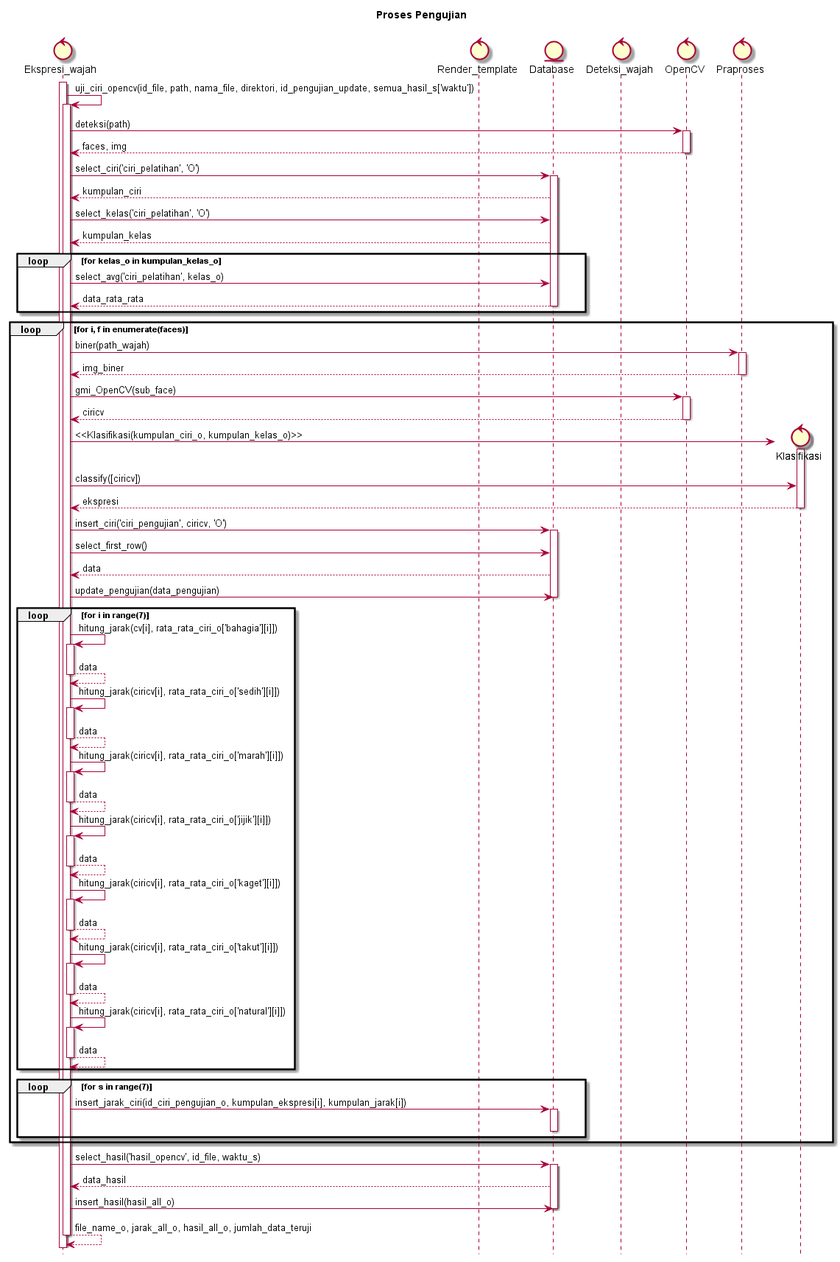
The PlantUML diagram diagram/SD_pengujian2 V2.png in ayulestari10/gmisvm, before a commit.
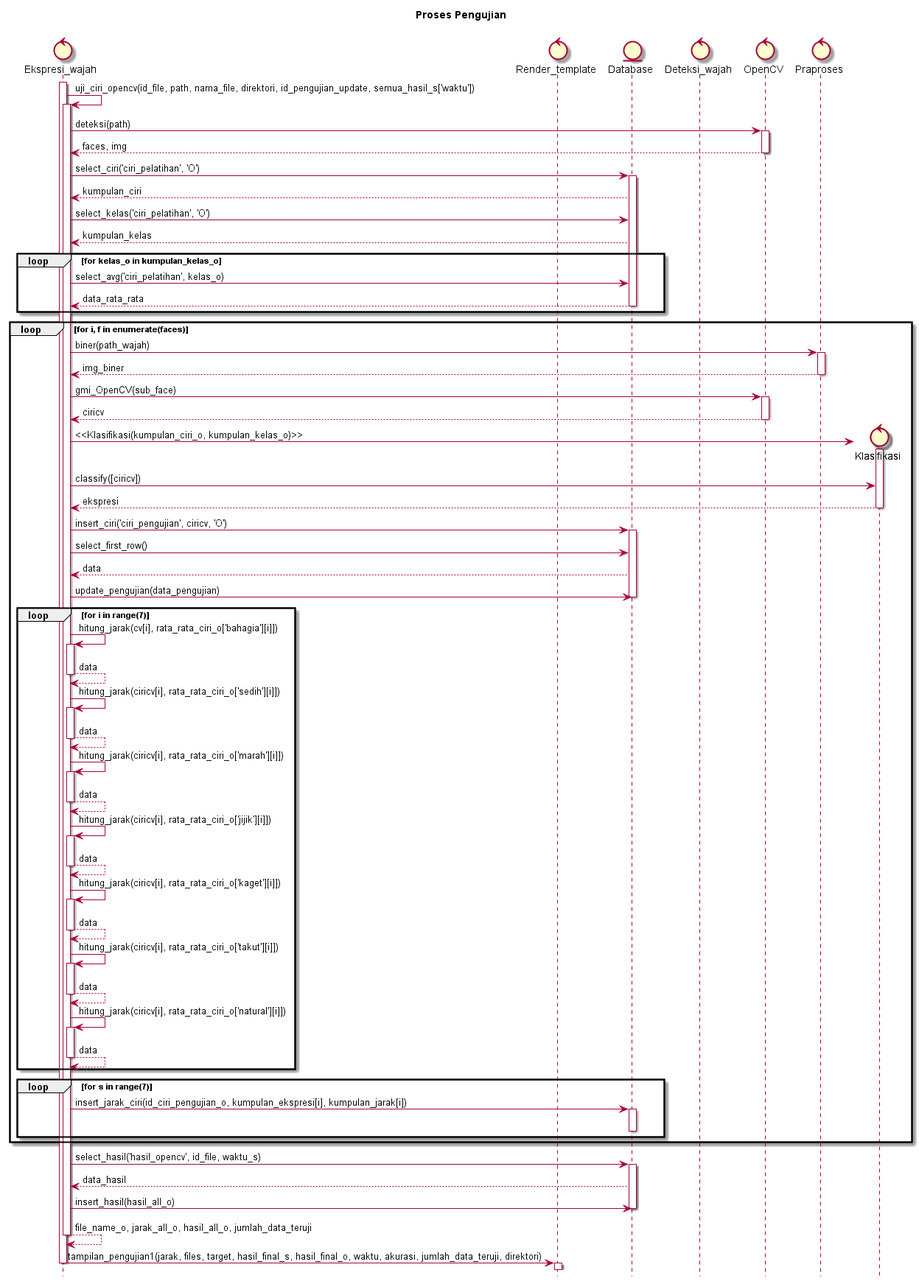
Above is the later version.

What changed in the source:
```diff
@@ -108,8 +108,15 @@
 	deactivate Database
 
 	Ekspresi_wajah --> Ekspresi_wajah : file_name_o, jarak_all_o, hasil_all_o, jumlah_data_teruji
+	deactivate Ekspresi_wajah
+
+
+	Ekspresi_wajah -> Render_template : tampilan_pengujian1(jarak, files, target, hasil_final_s, hasil_final_o, waktu, akurasi, jumlah_data_teruji, direktori)
 
 	deactivate Ekspresi_wajah
 
+	activate Render_template
+	deactivate Render_template
+
 
 @enduml
```
